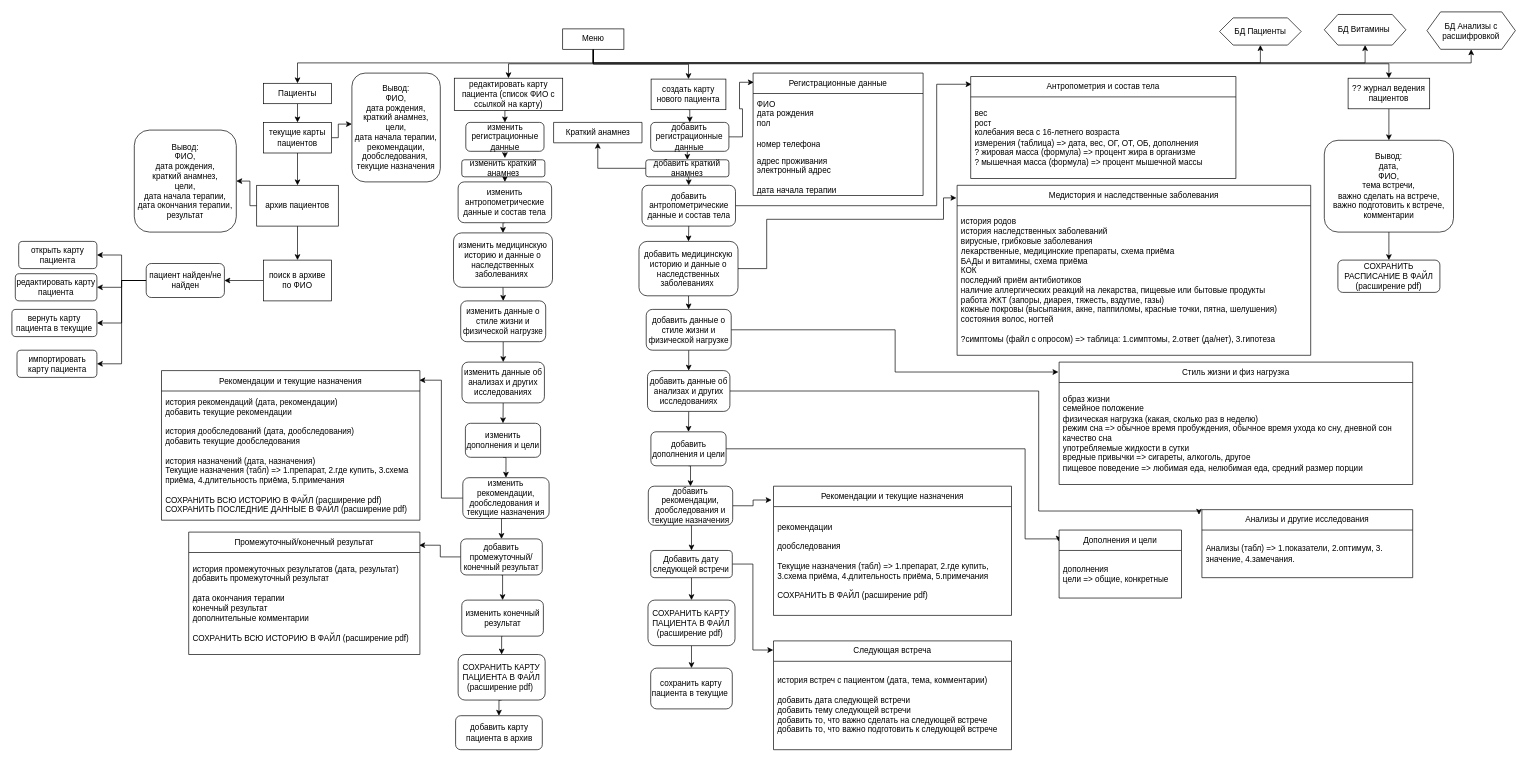
The draw.io diagram структура.drawio in darya999r/Nutricio, before the edit. Source tidied: cells renumbered, new cells numbered last; positions are measured from the earlier drawing's top-left corner, leaving out a move shared by most shapes. Both pictures are drawn from the tidied source at 68%, with x=0, y=0 at pixel (12, 12).
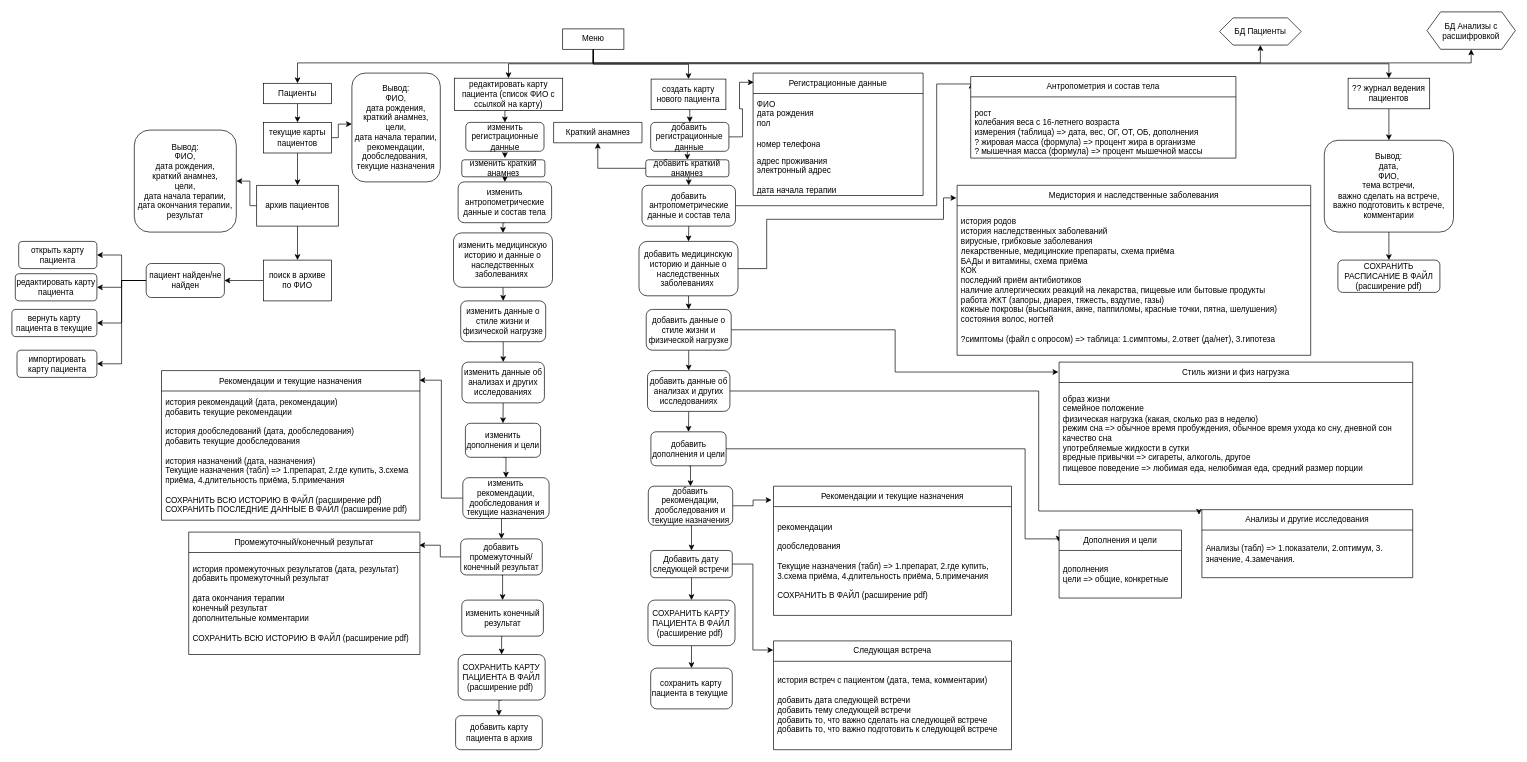
Above is the later version.

The change refers to these unchanged cells:
```xml
<mxCell id="9" value="Меню" style="rounded=0;whiteSpace=wrap;html=1;" parent="1" vertex="1">
  <mxGeometry x="810" y="25" width="90" height="30" as="geometry" />
</mxCell>
```

Diff of the diagram source:
```diff
@@
-    <mxCell id="7" style="edgeStyle=orthogonalEdgeStyle;rounded=0;jettySize=auto;html=1;exitX=0.5;exitY=1;exitDx=0;exitDy=0;entryX=0.5;entryY=1;entryDx=0;entryDy=0;" parent="1" edge="1" source="9" target="26">
-      <mxGeometry relative="1" as="geometry" />
-    </mxCell>
@@
-    <mxCell id="26" value="БД Витамины&amp;nbsp;" style="shape=hexagon;perimeter=hexagonPerimeter2;whiteSpace=wrap;html=1;fixedSize=1;" parent="1" vertex="1">
-      <mxGeometry x="1930" y="3.8" width="120" height="45" as="geometry" />
-    </mxCell>
@@
     <mxCell id="88" value="Антропометрия и состав тела" style="swimlane;fontStyle=0;horizontal=1;startSize=30;whiteSpace=wrap;html=1;" parent="1" vertex="1">
-      <mxGeometry x="1410" y="95" width="390" height="150" as="geometry" />
+      <mxGeometry x="1410" y="95" width="390" height="120" as="geometry" />
     </mxCell>
-    <mxCell id="89" value="вес&lt;br&gt;рост&lt;br&gt;колебания веса с 16-летнего возраста&lt;br&gt;измерения (таблица) =&amp;gt; дата, вес, ОГ, ОТ, ОБ, дополнения&lt;br&gt;? жировая масса (формула) =&amp;gt; процент жира в организме&lt;br&gt;? мышечная масса (формула) =&amp;gt; процент мышечной массы" style="text;strokeColor=none;fillColor=none;align=left;verticalAlign=middle;spacingLeft=4;spacingRight=4;overflow=hidden;whiteSpace=wrap;html=1;" parent="88" vertex="1">
-      <mxGeometry y="30" width="390" height="120" as="geometry" />
+    <mxCell id="89" value="&lt;br&gt;рост&lt;br&gt;колебания веса с 16-летнего возраста&lt;br&gt;измерения (таблица) =&amp;gt; дата, вес, ОГ, ОТ, ОБ, дополнения&lt;br&gt;? жировая масса (формула) =&amp;gt; процент жира в организме&lt;br&gt;? мышечная масса (формула) =&amp;gt; процент мышечной массы" style="text;strokeColor=none;fillColor=none;align=left;verticalAlign=middle;spacingLeft=4;spacingRight=4;overflow=hidden;whiteSpace=wrap;html=1;" parent="88" vertex="1">
+      <mxGeometry y="30" width="390" height="90" as="geometry" />
     </mxCell>
```
